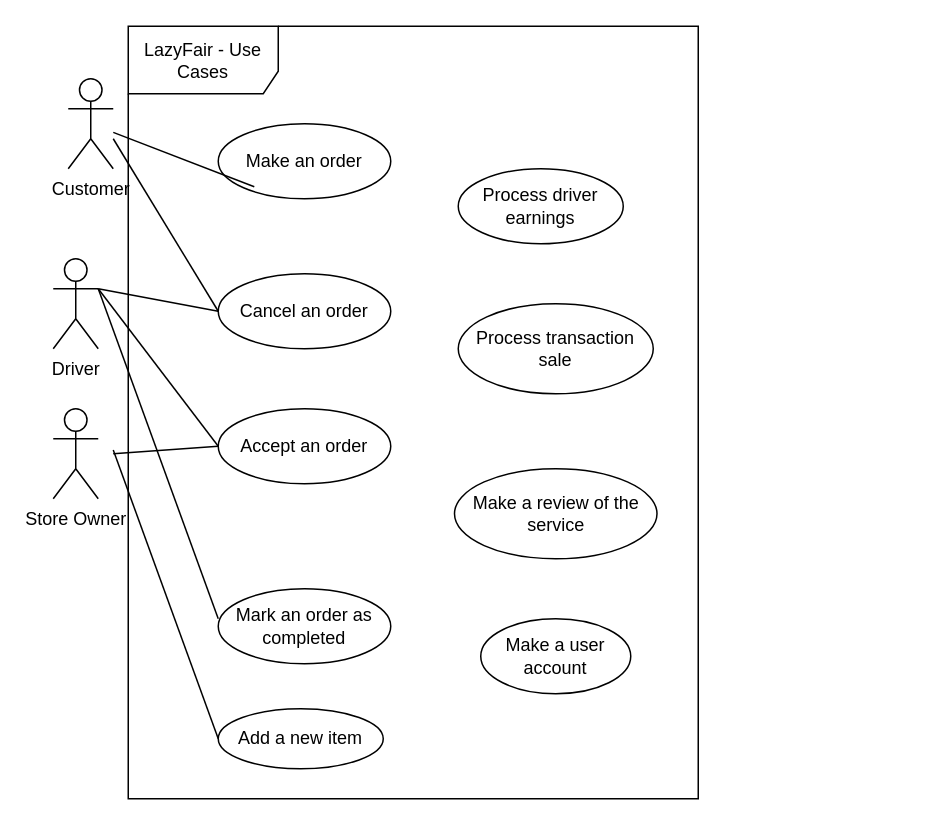
Earlier version of the draw.io diagram Workshop 1 Use Case Diagram.drawio (antonykimuom/SWEN30006-2025-SM1-workshop1-tuew05-14-00-team-12). Source tidied: cells renumbered, new cells numbered last; positions are measured from the earlier drawing's top-left corner, leaving out a move shared by most shapes. Both pictures are drawn from the tidied source at 150%, with x=0, y=0 at pixel (52, 26).
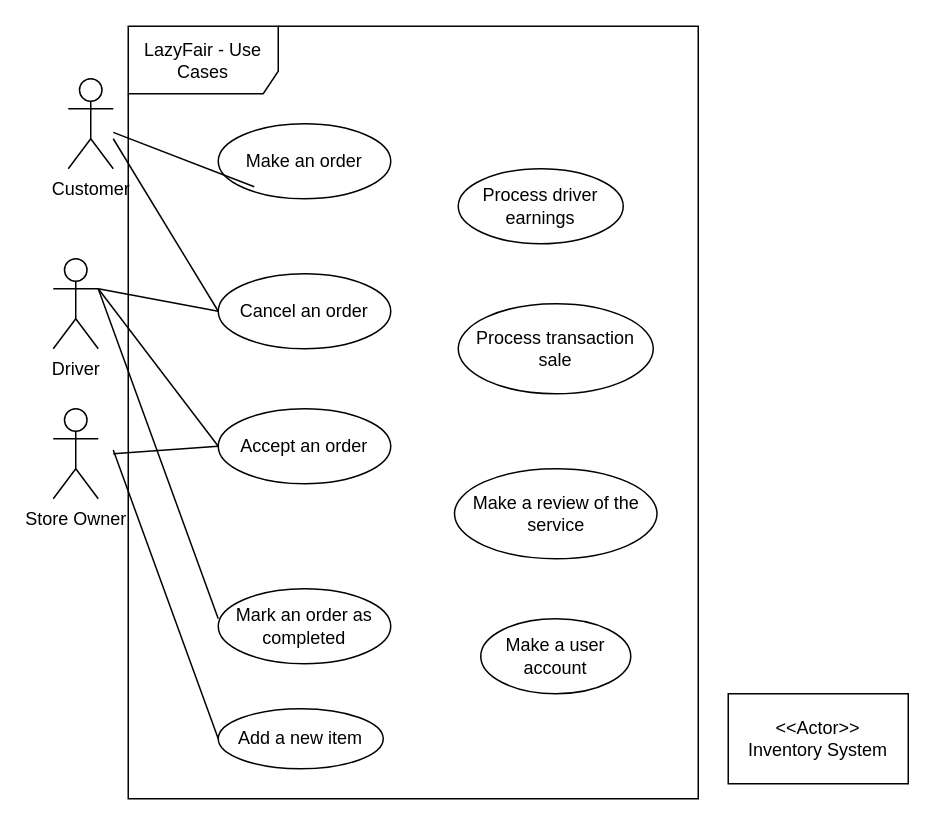
The same diagram, later.

Commit message:
Added additionaal actor

What changed in the source:
```diff
@@
+    <mxCell id="22" value="&amp;lt;&amp;lt;Actor&amp;gt;&amp;gt;&lt;div&gt;Inventory System&lt;/div&gt;" style="rounded=0;whiteSpace=wrap;html=1;" parent="1" vertex="1">
+      <mxGeometry x="450" y="445" width="120" height="60" as="geometry" />
+    </mxCell>
```
